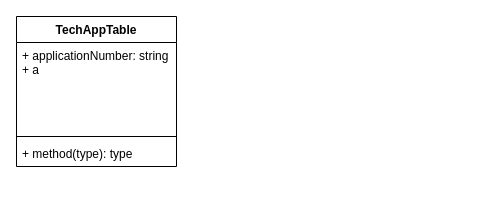
This is draw/Untitled Diagram.drawio from anupam-kushwaha/spotlesss, a draw.io file, before an edit. Source tidied: cells renumbered, new cells numbered last; positions are measured from the earlier drawing's top-left corner, leaving out a move shared by most shapes. Both pictures are drawn from the tidied source at 100%, with x=0, y=0 at pixel (16, 16).
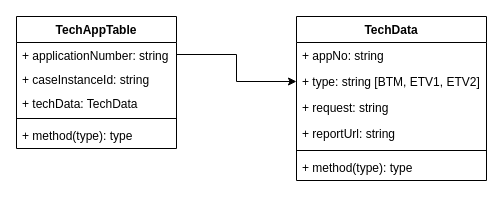
The same diagram, later.

What changed in the source:
```diff
@@
 <mxGraphModel>
   <root>
     <mxCell id="0" />
     <mxCell id="1" parent="0" />
     <mxCell id="2" value="TechAppTable" style="swimlane;fontStyle=1;align=center;verticalAlign=top;horizontal=1;startSize=26;" parent="1" vertex="1">
-      <mxGeometry width="160" height="150" as="geometry" />
+      <mxGeometry width="160" height="132" as="geometry" />
     </mxCell>
-    <mxCell id="3" value="+ applicationNumber: string&#10;+ a" style="text;strokeColor=none;fillColor=none;align=left;verticalAlign=top;spacingLeft=4;spacingRight=4;overflow=hidden;points=[[0,0.5],[1,0.5]];portConstraint=eastwest;" parent="2" vertex="1">
-      <mxGeometry y="26" width="160" height="90" as="geometry" />
+    <mxCell id="3" value="+ applicationNumber: string" style="text;strokeColor=none;fillColor=none;align=left;verticalAlign=top;spacingLeft=4;spacingRight=4;overflow=hidden;points=[[0,0.5],[1,0.5]];portConstraint=eastwest;" parent="2" vertex="1">
+      <mxGeometry y="26" width="160" height="24" as="geometry" />
     </mxCell>
+    <mxCell id="6" value="+ caseInstanceId: string" style="text;strokeColor=none;fillColor=none;align=left;verticalAlign=top;spacingLeft=4;spacingRight=4;overflow=hidden;" parent="2" vertex="1">
+      <mxGeometry y="50" width="160" height="24" as="geometry" />
+    </mxCell>
+    <mxCell id="7" value="+ techData: TechData" style="text;strokeColor=none;fillColor=none;align=left;verticalAlign=top;spacingLeft=4;spacingRight=4;overflow=hidden;" parent="2" vertex="1">
+      <mxGeometry y="74" width="160" height="24" as="geometry" />
+    </mxCell>
     <mxCell id="4" style="line;strokeWidth=1;fillColor=none;align=left;verticalAlign=middle;spacingTop=-1;spacingLeft=3;spacingRight=3;labelPosition=right;" parent="2" vertex="1">
-      <mxGeometry y="116" width="160" height="8" as="geometry" />
+      <mxGeometry y="98" width="160" height="8" as="geometry" />
     </mxCell>
     <mxCell id="5" value="+ method(type): type" style="text;strokeColor=none;fillColor=none;align=left;verticalAlign=top;spacingLeft=4;spacingRight=4;overflow=hidden;" parent="2" vertex="1">
-      <mxGeometry y="124" width="160" height="26" as="geometry" />
+      <mxGeometry y="106" width="160" height="26" as="geometry" />
     </mxCell>
+    <mxCell id="8" value="TechData" style="swimlane;fontStyle=1;align=center;verticalAlign=top;horizontal=1;startSize=26;" parent="1" vertex="1">
+      <mxGeometry x="280" width="190" height="164" as="geometry" />
+    </mxCell>
+    <mxCell id="9" value="+ appNo: string&#10;    &#10;&#10;&#10;&#10;&#10;" style="text;strokeColor=none;fillColor=none;align=left;verticalAlign=top;spacingLeft=4;spacingRight=4;overflow=hidden;" parent="8" vertex="1">
+      <mxGeometry y="26" width="190" height="26" as="geometry" />
+    </mxCell>
+    <mxCell id="10" value="+ type: string [BTM, ETV1, ETV2]&#10;" style="text;strokeColor=none;fillColor=none;align=left;verticalAlign=top;spacingLeft=4;spacingRight=4;overflow=hidden;points=[[0,0.5],[1,0.5]];portConstraint=eastwest;" parent="8" vertex="1">
+      <mxGeometry y="52" width="190" height="26" as="geometry" />
+    </mxCell>
+    <mxCell id="11" value="+ request: string" style="text;strokeColor=none;fillColor=none;align=left;verticalAlign=top;spacingLeft=4;spacingRight=4;overflow=hidden;" parent="8" vertex="1">
+      <mxGeometry y="78" width="190" height="26" as="geometry" />
+    </mxCell>
+    <mxCell id="12" value="+ reportUrl: string" style="text;strokeColor=none;fillColor=none;align=left;verticalAlign=top;spacingLeft=4;spacingRight=4;overflow=hidden;" parent="8" vertex="1">
+      <mxGeometry y="104" width="190" height="26" as="geometry" />
+    </mxCell>
+    <mxCell id="13" style="line;strokeWidth=1;fillColor=none;align=left;verticalAlign=middle;spacingTop=-1;spacingLeft=3;spacingRight=3;labelPosition=right;strokeColor=inherit;" parent="8" vertex="1">
+      <mxGeometry y="130" width="190" height="8" as="geometry" />
+    </mxCell>
+    <mxCell id="14" value="+ method(type): type" style="text;strokeColor=none;fillColor=none;align=left;verticalAlign=top;spacingLeft=4;spacingRight=4;overflow=hidden;" parent="8" vertex="1">
+      <mxGeometry y="138" width="190" height="26" as="geometry" />
+    </mxCell>
+    <mxCell id="15" style="edgeStyle=orthogonalEdgeStyle;rounded=0;jettySize=auto;html=1;" parent="1" edge="1" source="3" target="10">
+      <mxGeometry relative="1" as="geometry" />
+    </mxCell>
   </root>
 </mxGraphModel>
```
